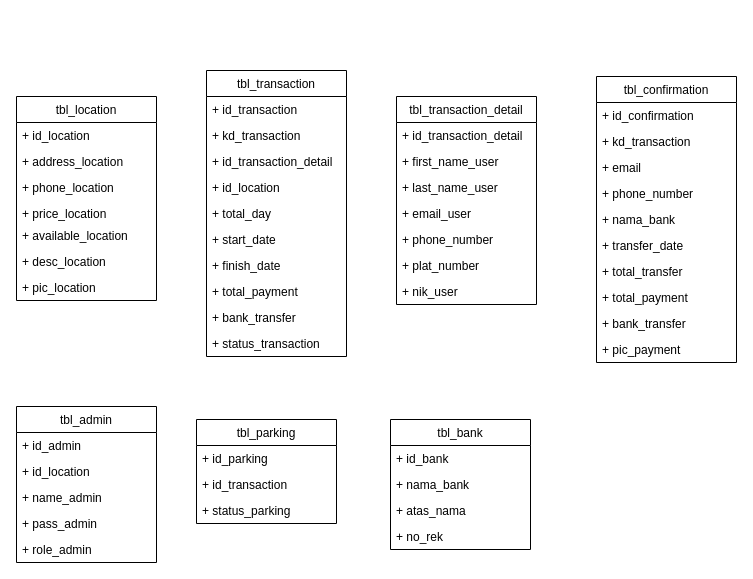
Earlier version of the draw.io diagram page "db carden" (7 of 7) of Untitled Diagram.drawio (coz-git/coz.github.io). Source tidied: cells renumbered, new cells numbered last; positions are measured from the earlier drawing's top-left corner, leaving out a move shared by most shapes. Both pictures are drawn from the tidied source at 100%, with x=0, y=0 at pixel (16, 70).
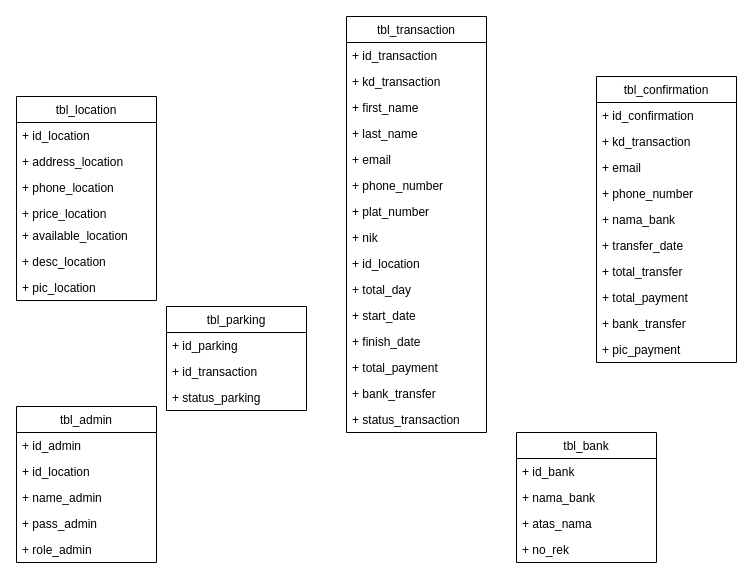
The same diagram, later.

Change to the diagram source:
```diff
@@
     <mxCell id="16" value="tbl_transaction" style="swimlane;fontStyle=0;horizontal=1;startSize=26;fillColor=none;" parent="1" vertex="1">
-      <mxGeometry x="190" width="140" height="286" as="geometry" />
+      <mxGeometry x="330" y="-54" width="140" height="416" as="geometry" />
     </mxCell>
@@
-    <mxCell id="19" value="+ id_transaction_detail" style="text;strokeColor=none;fillColor=none;align=left;verticalAlign=top;spacingLeft=4;spacingRight=4;overflow=hidden;" parent="16" vertex="1">
-      <mxGeometry y="78" width="140" height="26" as="geometry" />
-    </mxCell>
+    <mxCell id="29" value="+ first_name" style="text;strokeColor=none;fillColor=none;align=left;verticalAlign=top;spacingLeft=4;spacingRight=4;overflow=hidden;" parent="16" vertex="1">
+      <mxGeometry y="78" width="140" height="26" as="geometry" />
+    </mxCell>
+    <mxCell id="30" value="+ last_name" style="text;strokeColor=none;fillColor=none;align=left;verticalAlign=top;spacingLeft=4;spacingRight=4;overflow=hidden;" parent="16" vertex="1">
+      <mxGeometry y="104" width="140" height="26" as="geometry" />
+    </mxCell>
+    <mxCell id="31" value="+ email" style="text;strokeColor=none;fillColor=none;align=left;verticalAlign=top;spacingLeft=4;spacingRight=4;overflow=hidden;" parent="16" vertex="1">
+      <mxGeometry y="130" width="140" height="26" as="geometry" />
+    </mxCell>
+    <mxCell id="32" value="+ phone_number" style="text;strokeColor=none;fillColor=none;align=left;verticalAlign=top;spacingLeft=4;spacingRight=4;overflow=hidden;" parent="16" vertex="1">
+      <mxGeometry y="156" width="140" height="26" as="geometry" />
+    </mxCell>
+    <mxCell id="33" value="+ plat_number" style="text;strokeColor=none;fillColor=none;align=left;verticalAlign=top;spacingLeft=4;spacingRight=4;overflow=hidden;" parent="16" vertex="1">
+      <mxGeometry y="182" width="140" height="26" as="geometry" />
+    </mxCell>
+    <mxCell id="34" value="+ nik" style="text;strokeColor=none;fillColor=none;align=left;verticalAlign=top;spacingLeft=4;spacingRight=4;overflow=hidden;" parent="16" vertex="1">
+      <mxGeometry y="208" width="140" height="26" as="geometry" />
+    </mxCell>
     <mxCell id="20" value="+ id_location" style="text;strokeColor=none;fillColor=none;align=left;verticalAlign=top;spacingLeft=4;spacingRight=4;overflow=hidden;" parent="16" vertex="1">
-      <mxGeometry y="104" width="140" height="26" as="geometry" />
+      <mxGeometry y="234" width="140" height="26" as="geometry" />
     </mxCell>
     <mxCell id="21" value="+ total_day" style="text;strokeColor=none;fillColor=none;align=left;verticalAlign=top;spacingLeft=4;spacingRight=4;overflow=hidden;" parent="16" vertex="1">
-      <mxGeometry y="130" width="140" height="26" as="geometry" />
+      <mxGeometry y="260" width="140" height="26" as="geometry" />
     </mxCell>
     <mxCell id="22" value="+ start_date" style="text;strokeColor=none;fillColor=none;align=left;verticalAlign=top;spacingLeft=4;spacingRight=4;overflow=hidden;" parent="16" vertex="1">
-      <mxGeometry y="156" width="140" height="26" as="geometry" />
+      <mxGeometry y="286" width="140" height="26" as="geometry" />
     </mxCell>
     <mxCell id="23" value="+ finish_date" style="text;strokeColor=none;fillColor=none;align=left;verticalAlign=top;spacingLeft=4;spacingRight=4;overflow=hidden;" parent="16" vertex="1">
-      <mxGeometry y="182" width="140" height="26" as="geometry" />
+      <mxGeometry y="312" width="140" height="26" as="geometry" />
     </mxCell>
     <mxCell id="24" value="+ total_payment" style="text;strokeColor=none;fillColor=none;align=left;verticalAlign=top;spacingLeft=4;spacingRight=4;overflow=hidden;" parent="16" vertex="1">
-      <mxGeometry y="208" width="140" height="26" as="geometry" />
+      <mxGeometry y="338" width="140" height="26" as="geometry" />
     </mxCell>
     <mxCell id="25" value="+ bank_transfer" style="text;strokeColor=none;fillColor=none;align=left;verticalAlign=top;spacingLeft=4;spacingRight=4;overflow=hidden;" parent="16" vertex="1">
-      <mxGeometry y="234" width="140" height="26" as="geometry" />
+      <mxGeometry y="364" width="140" height="26" as="geometry" />
     </mxCell>
     <mxCell id="26" value="+ status_transaction" style="text;strokeColor=none;fillColor=none;align=left;verticalAlign=top;spacingLeft=4;spacingRight=4;overflow=hidden;" parent="16" vertex="1">
-      <mxGeometry y="260" width="140" height="26" as="geometry" />
+      <mxGeometry y="390" width="140" height="26" as="geometry" />
     </mxCell>
-    <mxCell id="27" value="tbl_transaction_detail" style="swimlane;fontStyle=0;horizontal=1;startSize=26;fillColor=none;" parent="1" vertex="1">
-      <mxGeometry x="380" y="26" width="140" height="208" as="geometry" />
-    </mxCell>
-    <mxCell id="28" value="+ id_transaction_detail" style="text;strokeColor=none;fillColor=none;align=left;verticalAlign=top;spacingLeft=4;spacingRight=4;overflow=hidden;" parent="27" vertex="1">
-      <mxGeometry y="26" width="140" height="26" as="geometry" />
-    </mxCell>
-    <mxCell id="29" value="+ first_name_user" style="text;strokeColor=none;fillColor=none;align=left;verticalAlign=top;spacingLeft=4;spacingRight=4;overflow=hidden;" parent="27" vertex="1">
-      <mxGeometry y="52" width="140" height="26" as="geometry" />
-    </mxCell>
-    <mxCell id="30" value="+ last_name_user" style="text;strokeColor=none;fillColor=none;align=left;verticalAlign=top;spacingLeft=4;spacingRight=4;overflow=hidden;" parent="27" vertex="1">
-      <mxGeometry y="78" width="140" height="26" as="geometry" />
-    </mxCell>
-    <mxCell id="31" value="+ email_user" style="text;strokeColor=none;fillColor=none;align=left;verticalAlign=top;spacingLeft=4;spacingRight=4;overflow=hidden;" parent="27" vertex="1">
-      <mxGeometry y="104" width="140" height="26" as="geometry" />
-    </mxCell>
-    <mxCell id="32" value="+ phone_number" style="text;strokeColor=none;fillColor=none;align=left;verticalAlign=top;spacingLeft=4;spacingRight=4;overflow=hidden;" parent="27" vertex="1">
-      <mxGeometry y="130" width="140" height="26" as="geometry" />
-    </mxCell>
-    <mxCell id="33" value="+ plat_number" style="text;strokeColor=none;fillColor=none;align=left;verticalAlign=top;spacingLeft=4;spacingRight=4;overflow=hidden;" parent="27" vertex="1">
-      <mxGeometry y="156" width="140" height="26" as="geometry" />
-    </mxCell>
-    <mxCell id="34" value="+ nik_user" style="text;strokeColor=none;fillColor=none;align=left;verticalAlign=top;spacingLeft=4;spacingRight=4;overflow=hidden;" parent="27" vertex="1">
-      <mxGeometry y="182" width="140" height="26" as="geometry" />
-    </mxCell>
     <mxCell id="35" value="tbl_parking" style="swimlane;fontStyle=0;horizontal=1;startSize=26;fillColor=none;" parent="1" vertex="1">
-      <mxGeometry x="180" y="349" width="140" height="104" as="geometry" />
+      <mxGeometry x="150" y="236" width="140" height="104" as="geometry" />
     </mxCell>
@@
     <mxCell id="39" value="tbl_bank" style="swimlane;fontStyle=0;horizontal=1;startSize=26;fillColor=none;" parent="1" vertex="1">
-      <mxGeometry x="374" y="349" width="140" height="130" as="geometry" />
+      <mxGeometry x="500" y="362" width="140" height="130" as="geometry" />
     </mxCell>
```
